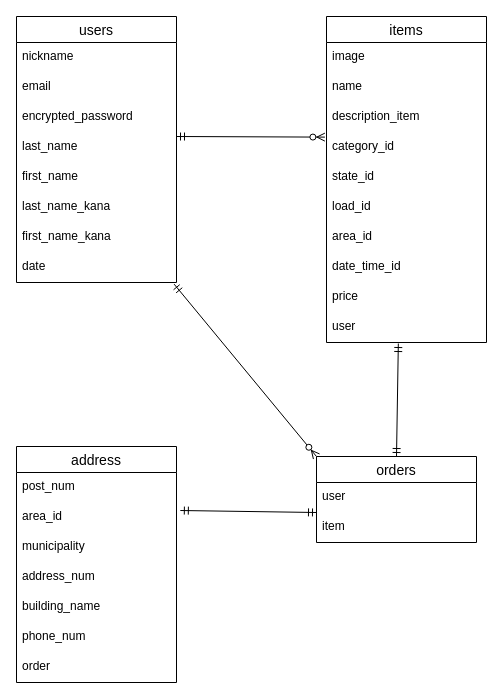
Above: page "ページ1" (1 of 2) of furima.dio in yudai1019/furima-38170 (draw.io), before the change. Source tidied: cells renumbered, new cells numbered last; positions are measured from the earlier drawing's top-left corner, leaving out a move shared by most shapes. Both pictures are drawn from the tidied source at 100%, with x=0, y=0 at pixel (16, 16).
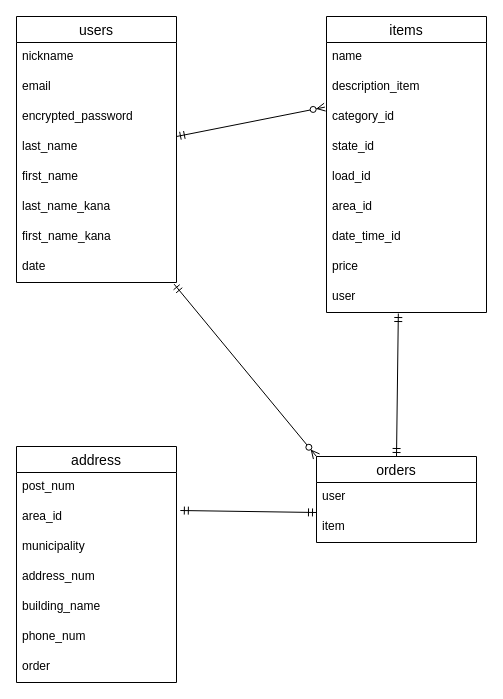
Above is the later version.

Diff of the diagram source:
```diff
@@
     <mxCell id="15" value="items" style="swimlane;fontStyle=0;horizontal=1;startSize=26;align=center;fontSize=14;" parent="1" vertex="1">
-      <mxGeometry x="310" width="160" height="326" as="geometry" />
+      <mxGeometry x="310" width="160" height="296" as="geometry" />
     </mxCell>
-    <mxCell id="16" value="image" style="text;strokeColor=none;fillColor=none;spacingLeft=4;spacingRight=4;overflow=hidden;fontSize=12;" parent="15" vertex="1">
-      <mxGeometry y="26" width="160" height="30" as="geometry" />
-    </mxCell>
     <mxCell id="17" value="name" style="text;strokeColor=none;fillColor=none;spacingLeft=4;spacingRight=4;overflow=hidden;fontSize=12;" parent="15" vertex="1">
-      <mxGeometry y="56" width="160" height="30" as="geometry" />
+      <mxGeometry y="26" width="160" height="30" as="geometry" />
     </mxCell>
     <mxCell id="18" value="description_item" style="text;strokeColor=none;fillColor=none;spacingLeft=4;spacingRight=4;overflow=hidden;fontSize=12;" parent="15" vertex="1">
-      <mxGeometry y="86" width="160" height="30" as="geometry" />
+      <mxGeometry y="56" width="160" height="30" as="geometry" />
     </mxCell>
     <mxCell id="19" value="category_id&#10;" style="text;strokeColor=none;fillColor=none;spacingLeft=4;spacingRight=4;overflow=hidden;points=[[0,0.5],[1,0.5]];portConstraint=eastwest;fontSize=12;" parent="15" vertex="1">
-      <mxGeometry y="116" width="160" height="30" as="geometry" />
+      <mxGeometry y="86" width="160" height="30" as="geometry" />
     </mxCell>
     <mxCell id="20" value="state_id" style="text;strokeColor=none;fillColor=none;spacingLeft=4;spacingRight=4;overflow=hidden;fontSize=12;" parent="15" vertex="1">
-      <mxGeometry y="146" width="160" height="30" as="geometry" />
+      <mxGeometry y="116" width="160" height="30" as="geometry" />
     </mxCell>
     <mxCell id="21" value="load_id" style="text;strokeColor=none;fillColor=none;spacingLeft=4;spacingRight=4;overflow=hidden;fontSize=12;" parent="15" vertex="1">
-      <mxGeometry y="176" width="160" height="30" as="geometry" />
+      <mxGeometry y="146" width="160" height="30" as="geometry" />
     </mxCell>
     <mxCell id="22" value="area_id" style="text;strokeColor=none;fillColor=none;spacingLeft=4;spacingRight=4;overflow=hidden;fontSize=12;" parent="15" vertex="1">
-      <mxGeometry y="206" width="160" height="30" as="geometry" />
+      <mxGeometry y="176" width="160" height="30" as="geometry" />
     </mxCell>
     <mxCell id="23" value="date_time_id" style="text;strokeColor=none;fillColor=none;spacingLeft=4;spacingRight=4;overflow=hidden;fontSize=12;" parent="15" vertex="1">
-      <mxGeometry y="236" width="160" height="30" as="geometry" />
+      <mxGeometry y="206" width="160" height="30" as="geometry" />
     </mxCell>
     <mxCell id="24" value="price" style="text;strokeColor=none;fillColor=none;spacingLeft=4;spacingRight=4;overflow=hidden;fontSize=12;" parent="15" vertex="1">
-      <mxGeometry y="266" width="160" height="30" as="geometry" />
+      <mxGeometry y="236" width="160" height="30" as="geometry" />
     </mxCell>
     <mxCell id="25" value="user" style="text;strokeColor=none;fillColor=none;spacingLeft=4;spacingRight=4;overflow=hidden;points=[[0,0.5],[1,0.5]];portConstraint=eastwest;fontSize=12;" parent="15" vertex="1">
-      <mxGeometry y="296" width="160" height="30" as="geometry" />
+      <mxGeometry y="266" width="160" height="30" as="geometry" />
     </mxCell>
```
